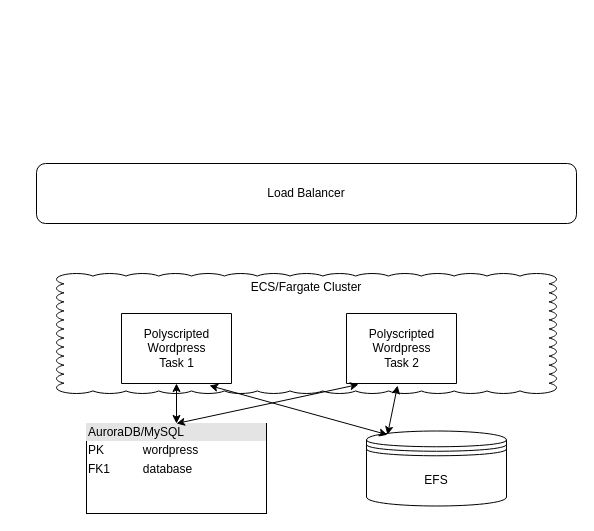
Before: Serverless Wordpress.drawio in archisgore/diagrams, a draw.io diagram. Source tidied: cells renumbered, new cells numbered last; positions are measured from the earlier drawing's top-left corner, leaving out a move shared by most shapes. Both pictures are drawn from the tidied source at 100%, with x=0, y=0 at pixel (36, 163).
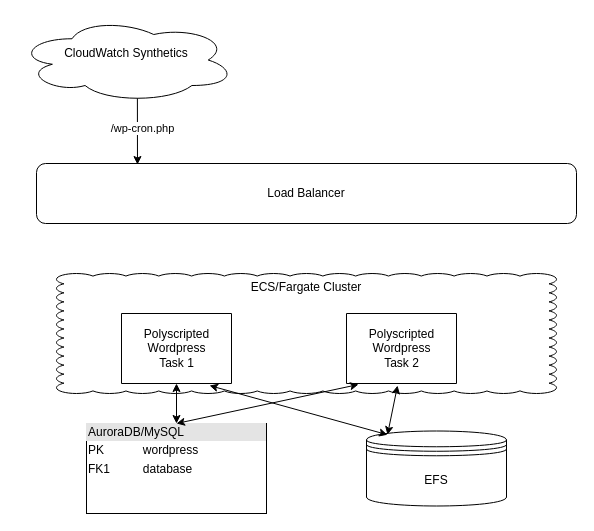
The same diagram, later.

Change to the diagram source:
```diff
@@
 <mxGraphModel>
   <root>
     <mxCell id="0" />
     <mxCell id="1" parent="0" />
     <mxCell id="2" value="EFS" style="shape=datastore;whiteSpace=wrap;html=1;" parent="1" vertex="1">
       <mxGeometry x="330" y="267.5" width="140" height="75" as="geometry" />
     </mxCell>
     <mxCell id="3" value="&lt;div style=&quot;box-sizing: border-box ; width: 100% ; background: #e4e4e4 ; padding: 2px&quot;&gt;AuroraDB/MySQL&lt;br&gt;&lt;/div&gt;&lt;table style=&quot;width: 100% ; font-size: 1em&quot; cellspacing=&quot;0&quot; cellpadding=&quot;2&quot;&gt;&lt;tbody&gt;&lt;tr&gt;&lt;td&gt;PK&lt;/td&gt;&lt;td&gt;wordpress&lt;/td&gt;&lt;/tr&gt;&lt;tr&gt;&lt;td&gt;FK1&lt;/td&gt;&lt;td&gt;database&lt;/td&gt;&lt;/tr&gt;&lt;tr&gt;&lt;td&gt;&lt;br&gt;&lt;/td&gt;&lt;td&gt;&lt;br&gt;&lt;/td&gt;&lt;/tr&gt;&lt;/tbody&gt;&lt;/table&gt;" style="verticalAlign=top;align=left;overflow=fill;html=1;" parent="1" vertex="1">
       <mxGeometry x="50" y="260" width="180" height="90" as="geometry" />
     </mxCell>
     <mxCell id="4" value="ECS/Fargate Cluster" style="whiteSpace=wrap;html=1;shape=mxgraph.basic.cloud_rect;verticalAlign=top;" parent="1" vertex="1">
       <mxGeometry x="20" y="110" width="500" height="120" as="geometry" />
     </mxCell>
     <mxCell id="5" value="&lt;div&gt;Polyscripted &lt;br&gt;&lt;/div&gt;&lt;div&gt;Wordpress&lt;/div&gt;&lt;div&gt;Task 1&lt;br&gt;&lt;/div&gt;" style="verticalLabelPosition=middle;verticalAlign=middle;html=1;shape=mxgraph.basic.rect;fillColor2=none;strokeWidth=1;size=20;indent=5;labelPosition=center;align=center;" parent="1" vertex="1">
       <mxGeometry x="85" y="150" width="110" height="70" as="geometry" />
     </mxCell>
     <mxCell id="6" value="&lt;div&gt;Polyscripted &lt;br&gt;&lt;/div&gt;&lt;div&gt;Wordpress&lt;/div&gt;&lt;div&gt;Task 2&lt;br&gt;&lt;/div&gt;" style="verticalLabelPosition=middle;verticalAlign=middle;html=1;shape=mxgraph.basic.rect;fillColor2=none;strokeWidth=1;size=20;indent=5;labelPosition=center;align=center;" parent="1" vertex="1">
       <mxGeometry x="310" y="150" width="110" height="70" as="geometry" />
     </mxCell>
     <mxCell id="7" style="endArrow=classic;startArrow=classic;html=1;exitX=0.5;exitY=0;exitDx=0;exitDy=0;" parent="1" edge="1" source="3" target="5">
       <mxGeometry relative="1" as="geometry" />
     </mxCell>
     <mxCell id="8" style="endArrow=classic;startArrow=classic;html=1;exitX=0.5;exitY=0;exitDx=0;exitDy=0;entryX=0.109;entryY=1.014;entryDx=0;entryDy=0;entryPerimeter=0;" parent="1" edge="1" source="3" target="6">
       <mxGeometry relative="1" as="geometry" />
     </mxCell>
     <mxCell id="9" style="endArrow=classic;startArrow=classic;html=1;exitX=0.15;exitY=0.05;exitDx=0;exitDy=0;exitPerimeter=0;entryX=0.8;entryY=1.029;entryDx=0;entryDy=0;entryPerimeter=0;" parent="1" edge="1" source="2" target="5">
       <mxGeometry relative="1" as="geometry" />
     </mxCell>
     <mxCell id="10" style="endArrow=classic;startArrow=classic;html=1;entryX=0.15;entryY=0.05;entryDx=0;entryDy=0;entryPerimeter=0;exitX=0.464;exitY=1.029;exitDx=0;exitDy=0;exitPerimeter=0;" parent="1" edge="1" source="6" target="2">
       <mxGeometry relative="1" as="geometry" />
     </mxCell>
     <mxCell id="11" value="Load Balancer" style="rounded=1;whiteSpace=wrap;html=1;" parent="1" vertex="1">
       <mxGeometry width="540" height="60" as="geometry" />
     </mxCell>
+    <mxCell id="12" value="&lt;div&gt;CloudWatch Synthetics&lt;/div&gt;&lt;div&gt;&lt;br&gt;&lt;/div&gt;" style="ellipse;shape=cloud;whiteSpace=wrap;html=1;" parent="1" vertex="1">
+      <mxGeometry x="-19" y="-146" width="218" height="85" as="geometry" />
+    </mxCell>
+    <mxCell id="13" style="endArrow=classic;html=1;exitX=0.55;exitY=0.95;exitDx=0;exitDy=0;exitPerimeter=0;entryX=0.187;entryY=0.017;entryDx=0;entryDy=0;entryPerimeter=0;" parent="1" edge="1" source="12" target="11">
+      <mxGeometry relative="1" as="geometry" />
+    </mxCell>
+    <mxCell id="14" value="/wp-cron.php" style="edgeLabel;html=1;align=center;verticalAlign=middle;" parent="13" vertex="1">
+      <mxGeometry x="-0.41" y="3" relative="1" as="geometry">
+        <mxPoint x="1.1" y="10.2" as="offset" />
+      </mxGeometry>
+    </mxCell>
   </root>
 </mxGraphModel>
```
